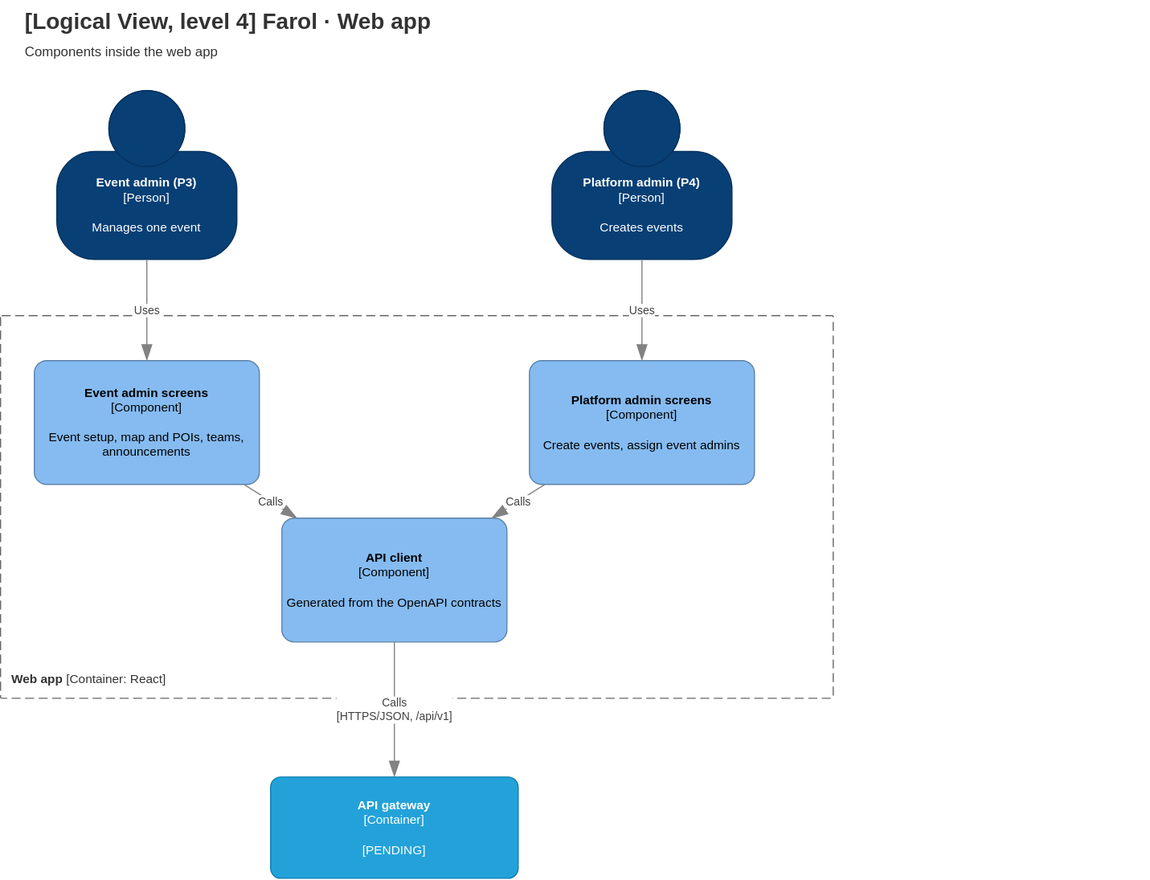
tomasoliveira21/LABDSOF keeps this draw.io diagram as Docs/Technical/diagrams/logical-view-level-4-web.drawio.svg. Above is the earlier version. Source tidied: cells renumbered, new cells last; positions are measured from the earlier drawing's top-left corner, leaving out a move shared by most shapes. Its diagram source:
```xml
<mxGraphModel>
  <root>
    <mxCell id="0" />
    <mxCell id="1" parent="0" />
    <mxCell id="2" value="&lt;b&gt;[Logical View, level 4] Farol · Web app&lt;/b&gt;&lt;br&gt;&lt;font style=&quot;font-size:12px&quot;&gt;Components inside the web app&lt;/font&gt;" style="text;html=1;align=left;verticalAlign=top;fontSize=20;fontColor=#333333;" parent="1" vertex="1">
      <mxGeometry x="20" width="1000" height="60" as="geometry" />
    </mxCell>
    <mxCell id="3" value="&lt;b&gt;Event admin (P3)&lt;/b&gt;&lt;div&gt;[Person]&lt;/div&gt;&lt;br&gt;&lt;div&gt;Manages one event&lt;/div&gt;" style="html=1;fontSize=11;whiteSpace=wrap;fillColor=#083F75;strokeColor=#06315C;fontColor=#ffffff;shape=mxgraph.c4.person2;align=center;" parent="1" vertex="1">
      <mxGeometry x="50" y="80" width="160" height="150" as="geometry" />
    </mxCell>
    <mxCell id="4" value="&lt;b&gt;Platform admin (P4)&lt;/b&gt;&lt;div&gt;[Person]&lt;/div&gt;&lt;br&gt;&lt;div&gt;Creates events&lt;/div&gt;" style="html=1;fontSize=11;whiteSpace=wrap;fillColor=#083F75;strokeColor=#06315C;fontColor=#ffffff;shape=mxgraph.c4.person2;align=center;" parent="1" vertex="1">
      <mxGeometry x="490" y="80" width="160" height="150" as="geometry" />
    </mxCell>
    <mxCell id="5" value="&lt;b&gt;Web app&lt;/b&gt; [Container: React]" style="rounded=1;arcSize=2;absoluteArcSize=1;whiteSpace=wrap;html=1;dashed=1;dashPattern=8 4;fillColor=none;strokeColor=#666666;fontColor=#333333;align=left;verticalAlign=bottom;spacing=10;fontSize=11;" parent="1" vertex="1">
      <mxGeometry y="280" width="740" height="340" as="geometry" />
    </mxCell>
    <mxCell id="6" value="&lt;b&gt;Event admin screens&lt;/b&gt;&lt;div&gt;[Component]&lt;/div&gt;&lt;br&gt;&lt;div&gt;Event setup, map and POIs, teams, announcements&lt;/div&gt;" style="rounded=1;whiteSpace=wrap;html=1;fillColor=#85BBF0;fontColor=#000000;arcSize=10;strokeColor=#5D82A8;fontSize=11;" parent="1" vertex="1">
      <mxGeometry x="30" y="320" width="200" height="110" as="geometry" />
    </mxCell>
    <mxCell id="7" value="&lt;b&gt;Platform admin screens&lt;/b&gt;&lt;div&gt;[Component]&lt;/div&gt;&lt;br&gt;&lt;div&gt;Create events, assign event admins&lt;/div&gt;" style="rounded=1;whiteSpace=wrap;html=1;fillColor=#85BBF0;fontColor=#000000;arcSize=10;strokeColor=#5D82A8;fontSize=11;" parent="1" vertex="1">
      <mxGeometry x="470" y="320" width="200" height="110" as="geometry" />
    </mxCell>
    <mxCell id="8" value="&lt;b&gt;API client&lt;/b&gt;&lt;div&gt;[Component]&lt;/div&gt;&lt;br&gt;&lt;div&gt;Generated from the OpenAPI contracts&lt;/div&gt;" style="rounded=1;whiteSpace=wrap;html=1;fillColor=#85BBF0;fontColor=#000000;arcSize=10;strokeColor=#5D82A8;fontSize=11;" parent="1" vertex="1">
      <mxGeometry x="250" y="460" width="200" height="110" as="geometry" />
    </mxCell>
    <mxCell id="9" value="&lt;b&gt;API gateway&lt;/b&gt;&lt;div&gt;[Container]&lt;/div&gt;&lt;br&gt;&lt;div&gt;[PENDING]&lt;/div&gt;" style="rounded=1;whiteSpace=wrap;html=1;fillColor=#23A2D9;fontColor=#ffffff;arcSize=10;strokeColor=#0E7DAD;fontSize=11;" parent="1" vertex="1">
      <mxGeometry x="240" y="690" width="220" height="90" as="geometry" />
    </mxCell>
    <mxCell id="10" value="Uses" style="endArrow=blockThin;html=1;fontSize=10;fontColor=#404040;endFill=1;strokeColor=#828282;endSize=12;rounded=0;labelBackgroundColor=#ffffff;" parent="1" edge="1" source="3" target="6">
      <mxGeometry relative="1" as="geometry" />
    </mxCell>
    <mxCell id="11" value="Uses" style="endArrow=blockThin;html=1;fontSize=10;fontColor=#404040;endFill=1;strokeColor=#828282;endSize=12;rounded=0;labelBackgroundColor=#ffffff;" parent="1" edge="1" source="4" target="7">
      <mxGeometry relative="1" as="geometry" />
    </mxCell>
    <mxCell id="12" value="Calls" style="endArrow=blockThin;html=1;fontSize=10;fontColor=#404040;endFill=1;strokeColor=#828282;endSize=12;rounded=0;labelBackgroundColor=#ffffff;" parent="1" edge="1" source="6" target="8">
      <mxGeometry relative="1" as="geometry" />
    </mxCell>
    <mxCell id="13" value="Calls" style="endArrow=blockThin;html=1;fontSize=10;fontColor=#404040;endFill=1;strokeColor=#828282;endSize=12;rounded=0;labelBackgroundColor=#ffffff;" parent="1" edge="1" source="7" target="8">
      <mxGeometry relative="1" as="geometry" />
    </mxCell>
    <mxCell id="14" value="Calls&lt;br&gt;[HTTPS/JSON, /api/v1]" style="endArrow=blockThin;html=1;fontSize=10;fontColor=#404040;endFill=1;strokeColor=#828282;endSize=12;rounded=0;labelBackgroundColor=#ffffff;" parent="1" edge="1" source="8" target="9">
      <mxGeometry relative="1" as="geometry" />
    </mxCell>
  </root>
</mxGraphModel>
```
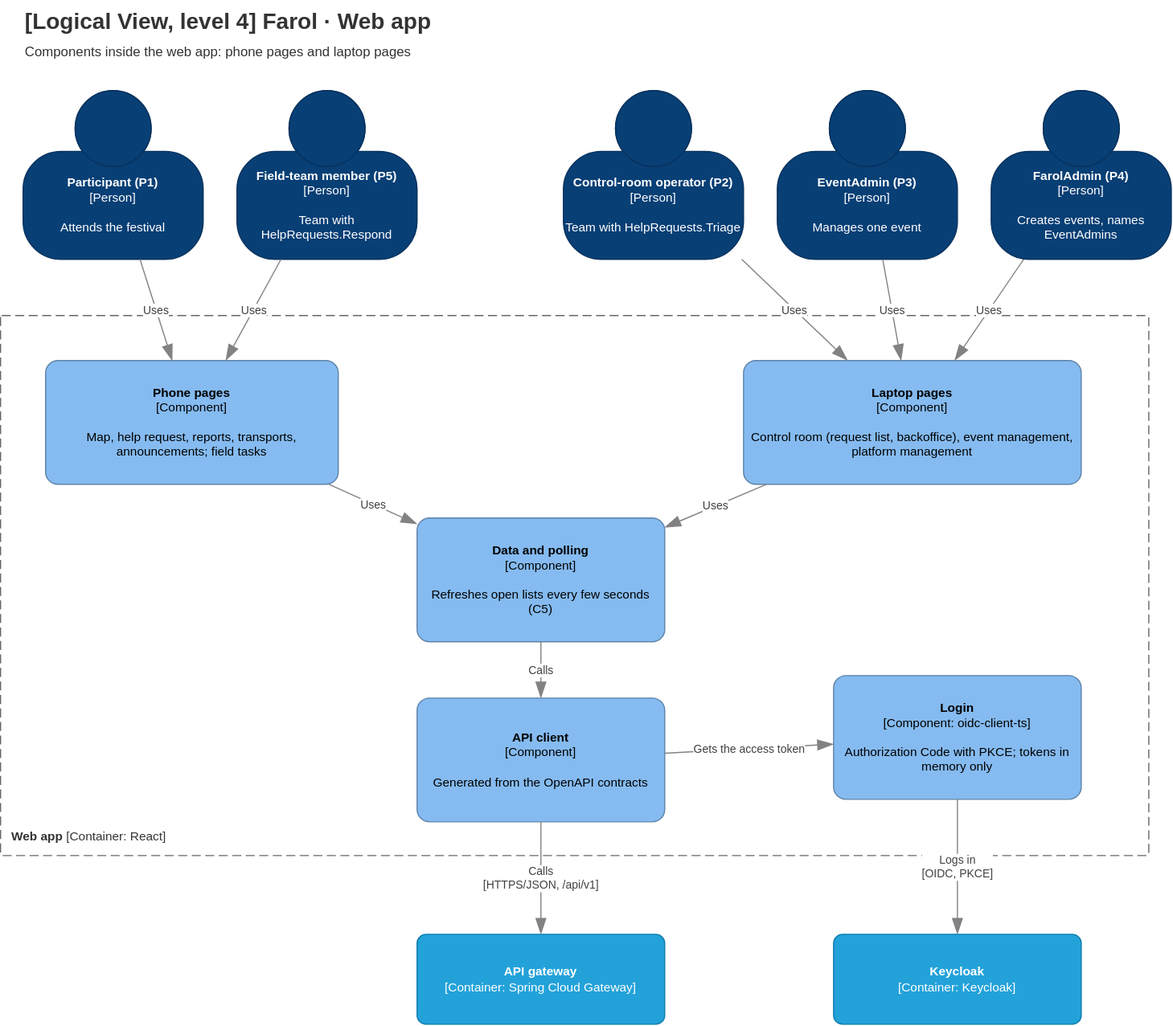
Later version of the same file.

The edit, as a diff of the source:
```diff
@@ -2,44 +2,80 @@
   <root>
     <mxCell id="0" />
     <mxCell id="1" parent="0" />
-    <mxCell id="2" value="&lt;b&gt;[Logical View, level 4] Farol · Web app&lt;/b&gt;&lt;br&gt;&lt;font style=&quot;font-size:12px&quot;&gt;Components inside the web app&lt;/font&gt;" style="text;html=1;align=left;verticalAlign=top;fontSize=20;fontColor=#333333;" parent="1" vertex="1">
+    <mxCell id="2" value="&lt;b&gt;[Logical View, level 4] Farol · Web app&lt;/b&gt;&lt;br&gt;&lt;font style=&quot;font-size:12px&quot;&gt;Components inside the web app: phone pages and laptop pages&lt;/font&gt;" style="text;html=1;align=left;verticalAlign=top;fontSize=20;fontColor=#333333;" parent="1" vertex="1">
       <mxGeometry x="20" width="1000" height="60" as="geometry" />
     </mxCell>
+    <mxCell id="5" value="&lt;b&gt;Web app&lt;/b&gt; [Container: React]" style="rounded=1;arcSize=2;absoluteArcSize=1;whiteSpace=wrap;html=1;dashed=1;dashPattern=8 4;fillColor=none;strokeColor=#666666;fontColor=#333333;align=left;verticalAlign=bottom;spacing=10;fontSize=11;" parent="1" vertex="1">
+      <mxGeometry y="280" width="1020" height="480" as="geometry" />
+    </mxCell>
+    <mxCell id="15" value="&lt;b&gt;Participant (P1)&lt;/b&gt;&lt;div&gt;[Person]&lt;/div&gt;&lt;br&gt;&lt;div&gt;Attends the festival&lt;/div&gt;" style="html=1;fontSize=11;whiteSpace=wrap;fillColor=#083F75;strokeColor=#06315C;fontColor=#ffffff;shape=mxgraph.c4.person2;align=center;" parent="1" vertex="1">
+      <mxGeometry x="20" y="80" width="160" height="150" as="geometry" />
+    </mxCell>
+    <mxCell id="16" value="&lt;b&gt;Field-team member (P5)&lt;/b&gt;&lt;div&gt;[Person]&lt;/div&gt;&lt;br&gt;&lt;div&gt;Team with HelpRequests.Respond&lt;/div&gt;" style="html=1;fontSize=11;whiteSpace=wrap;fillColor=#083F75;strokeColor=#06315C;fontColor=#ffffff;shape=mxgraph.c4.person2;align=center;" parent="1" vertex="1">
+      <mxGeometry x="210" y="80" width="160" height="150" as="geometry" />
+    </mxCell>
+    <mxCell id="17" value="&lt;b&gt;Control-room operator (P2)&lt;/b&gt;&lt;div&gt;[Person]&lt;/div&gt;&lt;br&gt;&lt;div&gt;Team with HelpRequests.Triage&lt;/div&gt;" style="html=1;fontSize=11;whiteSpace=wrap;fillColor=#083F75;strokeColor=#06315C;fontColor=#ffffff;shape=mxgraph.c4.person2;align=center;" parent="1" vertex="1">
+      <mxGeometry x="500" y="80" width="160" height="150" as="geometry" />
+    </mxCell>
-    <mxCell id="3" value="&lt;b&gt;Event admin (P3)&lt;/b&gt;&lt;div&gt;[Person]&lt;/div&gt;&lt;br&gt;&lt;div&gt;Manages one event&lt;/div&gt;" style="html=1;fontSize=11;whiteSpace=wrap;fillColor=#083F75;strokeColor=#06315C;fontColor=#ffffff;shape=mxgraph.c4.person2;align=center;" parent="1" vertex="1">
-      <mxGeometry x="50" y="80" width="160" height="150" as="geometry" />
+    <mxCell id="3" value="&lt;b&gt;EventAdmin (P3)&lt;/b&gt;&lt;div&gt;[Person]&lt;/div&gt;&lt;br&gt;&lt;div&gt;Manages one event&lt;/div&gt;" style="html=1;fontSize=11;whiteSpace=wrap;fillColor=#083F75;strokeColor=#06315C;fontColor=#ffffff;shape=mxgraph.c4.person2;align=center;" parent="1" vertex="1">
+      <mxGeometry x="690" y="80" width="160" height="150" as="geometry" />
     </mxCell>
-    <mxCell id="4" value="&lt;b&gt;Platform admin (P4)&lt;/b&gt;&lt;div&gt;[Person]&lt;/div&gt;&lt;br&gt;&lt;div&gt;Creates events&lt;/div&gt;" style="html=1;fontSize=11;whiteSpace=wrap;fillColor=#083F75;strokeColor=#06315C;fontColor=#ffffff;shape=mxgraph.c4.person2;align=center;" parent="1" vertex="1">
-      <mxGeometry x="490" y="80" width="160" height="150" as="geometry" />
+    <mxCell id="4" value="&lt;b&gt;FarolAdmin (P4)&lt;/b&gt;&lt;div&gt;[Person]&lt;/div&gt;&lt;br&gt;&lt;div&gt;Creates events, names EventAdmins&lt;/div&gt;" style="html=1;fontSize=11;whiteSpace=wrap;fillColor=#083F75;strokeColor=#06315C;fontColor=#ffffff;shape=mxgraph.c4.person2;align=center;" parent="1" vertex="1">
+      <mxGeometry x="880" y="80" width="160" height="150" as="geometry" />
     </mxCell>
-    <mxCell id="5" value="&lt;b&gt;Web app&lt;/b&gt; [Container: React]" style="rounded=1;arcSize=2;absoluteArcSize=1;whiteSpace=wrap;html=1;dashed=1;dashPattern=8 4;fillColor=none;strokeColor=#666666;fontColor=#333333;align=left;verticalAlign=bottom;spacing=10;fontSize=11;" parent="1" vertex="1">
-      <mxGeometry y="280" width="740" height="340" as="geometry" />
-    </mxCell>
-    <mxCell id="6" value="&lt;b&gt;Event admin screens&lt;/b&gt;&lt;div&gt;[Component]&lt;/div&gt;&lt;br&gt;&lt;div&gt;Event setup, map and POIs, teams, announcements&lt;/div&gt;" style="rounded=1;whiteSpace=wrap;html=1;fillColor=#85BBF0;fontColor=#000000;arcSize=10;strokeColor=#5D82A8;fontSize=11;" parent="1" vertex="1">
-      <mxGeometry x="30" y="320" width="200" height="110" as="geometry" />
-    </mxCell>
-    <mxCell id="7" value="&lt;b&gt;Platform admin screens&lt;/b&gt;&lt;div&gt;[Component]&lt;/div&gt;&lt;br&gt;&lt;div&gt;Create events, assign event admins&lt;/div&gt;" style="rounded=1;whiteSpace=wrap;html=1;fillColor=#85BBF0;fontColor=#000000;arcSize=10;strokeColor=#5D82A8;fontSize=11;" parent="1" vertex="1">
-      <mxGeometry x="470" y="320" width="200" height="110" as="geometry" />
-    </mxCell>
+    <mxCell id="18" value="&lt;b&gt;Phone pages&lt;/b&gt;&lt;div&gt;[Component]&lt;/div&gt;&lt;br&gt;&lt;div&gt;Map, help request, reports, transports, announcements; field tasks&lt;/div&gt;" style="rounded=1;whiteSpace=wrap;html=1;fillColor=#85BBF0;fontColor=#000000;arcSize=10;strokeColor=#5D82A8;fontSize=11;" parent="1" vertex="1">
+      <mxGeometry x="40" y="320" width="260" height="110" as="geometry" />
+    </mxCell>
+    <mxCell id="19" value="&lt;b&gt;Laptop pages&lt;/b&gt;&lt;div&gt;[Component]&lt;/div&gt;&lt;br&gt;&lt;div&gt;Control room (request list, backoffice), event management, platform management&lt;/div&gt;" style="rounded=1;whiteSpace=wrap;html=1;fillColor=#85BBF0;fontColor=#000000;arcSize=10;strokeColor=#5D82A8;fontSize=11;" parent="1" vertex="1">
+      <mxGeometry x="660" y="320" width="300" height="110" as="geometry" />
+    </mxCell>
+    <mxCell id="20" value="&lt;b&gt;Data and polling&lt;/b&gt;&lt;div&gt;[Component]&lt;/div&gt;&lt;br&gt;&lt;div&gt;Refreshes open lists every few seconds (C5)&lt;/div&gt;" style="rounded=1;whiteSpace=wrap;html=1;fillColor=#85BBF0;fontColor=#000000;arcSize=10;strokeColor=#5D82A8;fontSize=11;" parent="1" vertex="1">
+      <mxGeometry x="370" y="460" width="220" height="110" as="geometry" />
+    </mxCell>
+    <mxCell id="21" value="&lt;b&gt;Login&lt;/b&gt;&lt;div&gt;[Component: oidc-client-ts]&lt;/div&gt;&lt;br&gt;&lt;div&gt;Authorization Code with PKCE; tokens in memory only&lt;/div&gt;" style="rounded=1;whiteSpace=wrap;html=1;fillColor=#85BBF0;fontColor=#000000;arcSize=10;strokeColor=#5D82A8;fontSize=11;" parent="1" vertex="1">
+      <mxGeometry x="740" y="600" width="220" height="110" as="geometry" />
+    </mxCell>
     <mxCell id="8" value="&lt;b&gt;API client&lt;/b&gt;&lt;div&gt;[Component]&lt;/div&gt;&lt;br&gt;&lt;div&gt;Generated from the OpenAPI contracts&lt;/div&gt;" style="rounded=1;whiteSpace=wrap;html=1;fillColor=#85BBF0;fontColor=#000000;arcSize=10;strokeColor=#5D82A8;fontSize=11;" parent="1" vertex="1">
-      <mxGeometry x="250" y="460" width="200" height="110" as="geometry" />
+      <mxGeometry x="370" y="620" width="220" height="110" as="geometry" />
     </mxCell>
-    <mxCell id="9" value="&lt;b&gt;API gateway&lt;/b&gt;&lt;div&gt;[Container]&lt;/div&gt;&lt;br&gt;&lt;div&gt;[PENDING]&lt;/div&gt;" style="rounded=1;whiteSpace=wrap;html=1;fillColor=#23A2D9;fontColor=#ffffff;arcSize=10;strokeColor=#0E7DAD;fontSize=11;" parent="1" vertex="1">
-      <mxGeometry x="240" y="690" width="220" height="90" as="geometry" />
+    <mxCell id="9" value="&lt;b&gt;API gateway&lt;/b&gt;&lt;div&gt;[Container: Spring Cloud Gateway]&lt;/div&gt;" style="rounded=1;whiteSpace=wrap;html=1;fillColor=#23A2D9;fontColor=#ffffff;arcSize=10;strokeColor=#0E7DAD;fontSize=11;" parent="1" vertex="1">
+      <mxGeometry x="370" y="830" width="220" height="80" as="geometry" />
     </mxCell>
-    <mxCell id="10" value="Uses" style="endArrow=blockThin;html=1;fontSize=10;fontColor=#404040;endFill=1;strokeColor=#828282;endSize=12;rounded=0;labelBackgroundColor=#ffffff;" parent="1" edge="1" source="3" target="6">
-      <mxGeometry relative="1" as="geometry" />
-    </mxCell>
-    <mxCell id="11" value="Uses" style="endArrow=blockThin;html=1;fontSize=10;fontColor=#404040;endFill=1;strokeColor=#828282;endSize=12;rounded=0;labelBackgroundColor=#ffffff;" parent="1" edge="1" source="4" target="7">
-      <mxGeometry relative="1" as="geometry" />
-    </mxCell>
-    <mxCell id="12" value="Calls" style="endArrow=blockThin;html=1;fontSize=10;fontColor=#404040;endFill=1;strokeColor=#828282;endSize=12;rounded=0;labelBackgroundColor=#ffffff;" parent="1" edge="1" source="6" target="8">
-      <mxGeometry relative="1" as="geometry" />
-    </mxCell>
-    <mxCell id="13" value="Calls" style="endArrow=blockThin;html=1;fontSize=10;fontColor=#404040;endFill=1;strokeColor=#828282;endSize=12;rounded=0;labelBackgroundColor=#ffffff;" parent="1" edge="1" source="7" target="8">
-      <mxGeometry relative="1" as="geometry" />
-    </mxCell>
+    <mxCell id="22" value="&lt;b&gt;Keycloak&lt;/b&gt;&lt;div&gt;[Container: Keycloak]&lt;/div&gt;" style="rounded=1;whiteSpace=wrap;html=1;fillColor=#23A2D9;fontColor=#ffffff;arcSize=10;strokeColor=#0E7DAD;fontSize=11;" parent="1" vertex="1">
+      <mxGeometry x="740" y="830" width="220" height="80" as="geometry" />
+    </mxCell>
+    <mxCell id="23" value="Uses" style="endArrow=blockThin;html=1;fontSize=10;fontColor=#404040;endFill=1;strokeColor=#828282;endSize=12;rounded=0;labelBackgroundColor=#ffffff;" parent="1" edge="1" source="15" target="18">
+      <mxGeometry relative="1" as="geometry" />
+    </mxCell>
+    <mxCell id="24" value="Uses" style="endArrow=blockThin;html=1;fontSize=10;fontColor=#404040;endFill=1;strokeColor=#828282;endSize=12;rounded=0;labelBackgroundColor=#ffffff;" parent="1" edge="1" source="16" target="18">
+      <mxGeometry relative="1" as="geometry" />
+    </mxCell>
+    <mxCell id="25" value="Uses" style="endArrow=blockThin;html=1;fontSize=10;fontColor=#404040;endFill=1;strokeColor=#828282;endSize=12;rounded=0;labelBackgroundColor=#ffffff;" parent="1" edge="1" source="17" target="19">
+      <mxGeometry relative="1" as="geometry" />
+    </mxCell>
+    <mxCell id="26" value="Uses" style="endArrow=blockThin;html=1;fontSize=10;fontColor=#404040;endFill=1;strokeColor=#828282;endSize=12;rounded=0;labelBackgroundColor=#ffffff;" parent="1" edge="1" source="3" target="19">
+      <mxGeometry relative="1" as="geometry" />
+    </mxCell>
+    <mxCell id="27" value="Uses" style="endArrow=blockThin;html=1;fontSize=10;fontColor=#404040;endFill=1;strokeColor=#828282;endSize=12;rounded=0;labelBackgroundColor=#ffffff;" parent="1" edge="1" source="4" target="19">
+      <mxGeometry relative="1" as="geometry" />
+    </mxCell>
+    <mxCell id="28" value="Uses" style="endArrow=blockThin;html=1;fontSize=10;fontColor=#404040;endFill=1;strokeColor=#828282;endSize=12;rounded=0;labelBackgroundColor=#ffffff;" parent="1" edge="1" source="18" target="20">
+      <mxGeometry relative="1" as="geometry" />
+    </mxCell>
+    <mxCell id="29" value="Uses" style="endArrow=blockThin;html=1;fontSize=10;fontColor=#404040;endFill=1;strokeColor=#828282;endSize=12;rounded=0;labelBackgroundColor=#ffffff;" parent="1" edge="1" source="19" target="20">
+      <mxGeometry relative="1" as="geometry" />
+    </mxCell>
+    <mxCell id="30" value="Calls" style="endArrow=blockThin;html=1;fontSize=10;fontColor=#404040;endFill=1;strokeColor=#828282;endSize=12;rounded=0;labelBackgroundColor=#ffffff;" parent="1" edge="1" source="20" target="8">
+      <mxGeometry relative="1" as="geometry" />
+    </mxCell>
+    <mxCell id="31" value="Gets the access token" style="endArrow=blockThin;html=1;fontSize=10;fontColor=#404040;endFill=1;strokeColor=#828282;endSize=12;rounded=0;labelBackgroundColor=#ffffff;" parent="1" edge="1" source="8" target="21">
+      <mxGeometry relative="1" as="geometry" />
+    </mxCell>
     <mxCell id="14" value="Calls&lt;br&gt;[HTTPS/JSON, /api/v1]" style="endArrow=blockThin;html=1;fontSize=10;fontColor=#404040;endFill=1;strokeColor=#828282;endSize=12;rounded=0;labelBackgroundColor=#ffffff;" parent="1" edge="1" source="8" target="9">
       <mxGeometry relative="1" as="geometry" />
     </mxCell>
+    <mxCell id="32" value="Logs in&lt;br&gt;[OIDC, PKCE]" style="endArrow=blockThin;html=1;fontSize=10;fontColor=#404040;endFill=1;strokeColor=#828282;endSize=12;rounded=0;labelBackgroundColor=#ffffff;" parent="1" edge="1" source="21" target="22">
+      <mxGeometry relative="1" as="geometry" />
+    </mxCell>
   </root>
 </mxGraphModel>
```
